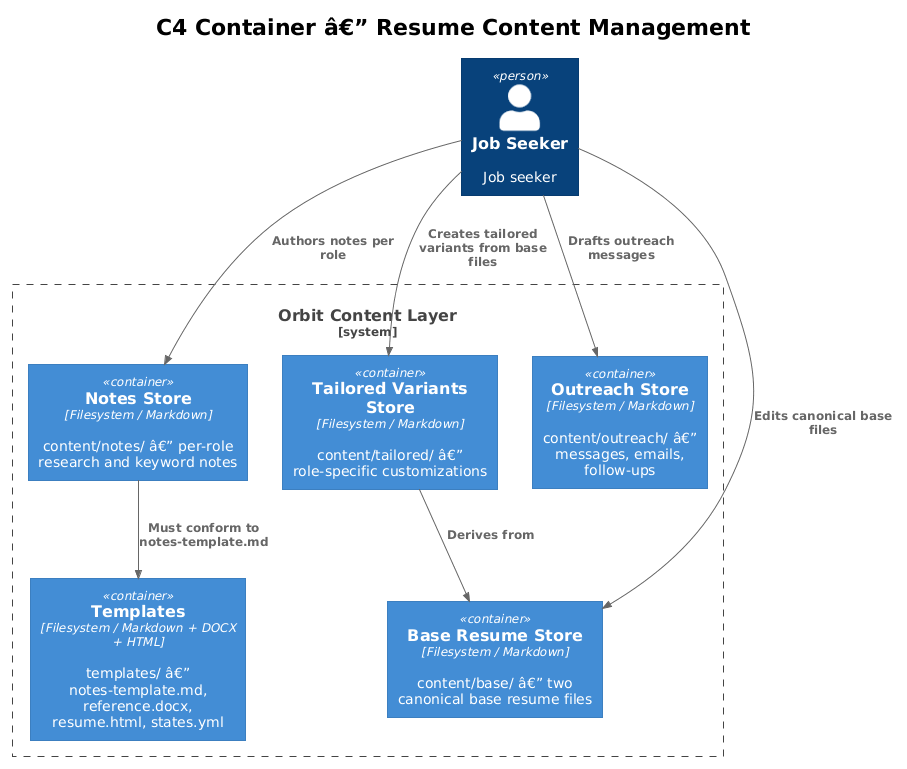
Before: docs/detailed-designs/01-resume-content-management/diagrams/c4_container.png, a diagram exported from PlantUML (QuinntyneBrown/Orbit).
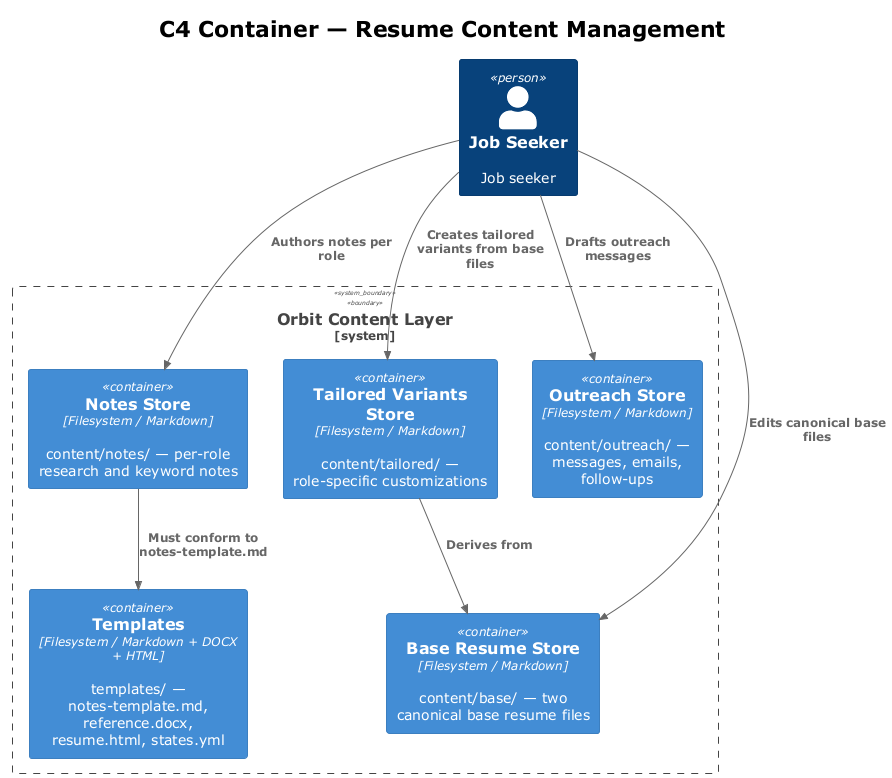
The same diagram one commit later.

The edit, as a diff of the source:
```diff
@@ -1,17 +1,17 @@
-@startuml
+@startuml c4_container
 !theme plain
 !include <C4/C4_Container>
 
-title C4 Container â€” Resume Content Management
+title C4 Container — Resume Content Management
 
 Person(user, "Job Seeker", "Job seeker")
 
 System_Boundary(orbit, "Orbit Content Layer") {
-    Container(base, "Base Resume Store", "Filesystem / Markdown", "content/base/ â€” two canonical base resume files")
-    Container(tailored, "Tailored Variants Store", "Filesystem / Markdown", "content/tailored/ â€” role-specific customizations")
-    Container(notes, "Notes Store", "Filesystem / Markdown", "content/notes/ â€” per-role research and keyword notes")
-    Container(outreach, "Outreach Store", "Filesystem / Markdown", "content/outreach/ â€” messages, emails, follow-ups")
-    Container(templates, "Templates", "Filesystem / Markdown + DOCX + HTML", "templates/ â€” notes-template.md, reference.docx, resume.html, states.yml")
+    Container(base, "Base Resume Store", "Filesystem / Markdown", "content/base/ — two canonical base resume files")
+    Container(tailored, "Tailored Variants Store", "Filesystem / Markdown", "content/tailored/ — role-specific customizations")
+    Container(notes, "Notes Store", "Filesystem / Markdown", "content/notes/ — per-role research and keyword notes")
+    Container(outreach, "Outreach Store", "Filesystem / Markdown", "content/outreach/ — messages, emails, follow-ups")
+    Container(templates, "Templates", "Filesystem / Markdown + DOCX + HTML", "templates/ — notes-template.md, reference.docx, resume.html, states.yml")
 }
 
 Rel(user, base, "Edits canonical base files")
@@ -20,4 +20,5 @@
 Rel(user, outreach, "Drafts outreach messages")
 Rel(tailored, base, "Derives from")
 Rel(notes, templates, "Must conform to notes-template.md")
+
 @enduml
```
